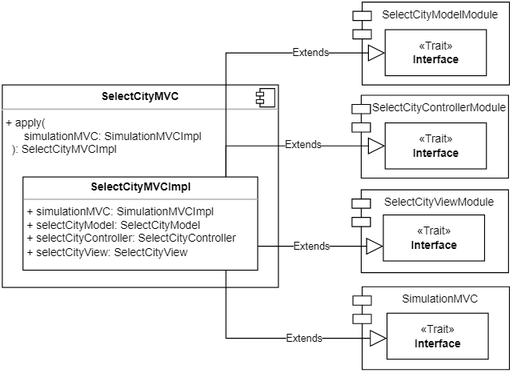
The draw.io diagram docs/img/select_city_MVC.png in AnnaVitali/PPS-22-smartgh, before a commit. Source tidied: cells renumbered, new cells last; positions are measured from the earlier drawing's top-left corner, leaving out a move shared by most shapes.
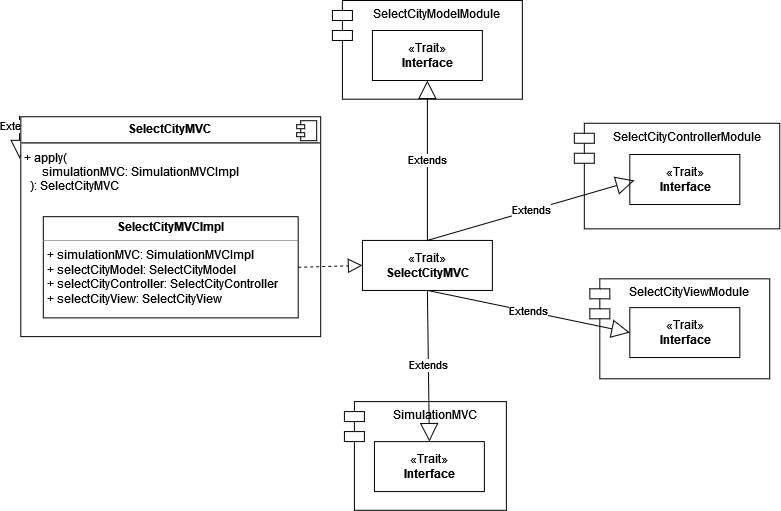
Later version of the same file.

The edit, as a diff of the source:
```diff
@@ -2,79 +2,68 @@
   <root>
     <mxCell id="0" />
     <mxCell id="1" parent="0" />
-    <mxCell id="2" style="group;" parent="1" vertex="1">
-      <mxGeometry x="381" y="309" width="170" height="90" as="geometry" />
+    <mxCell id="2" value="Extends" style="endArrow=block;endSize=16;endFill=0;html=1;rounded=0;exitX=0.5;exitY=1;exitDx=0;exitDy=0;" parent="1" edge="1">
+      <mxGeometry x="-0.53" relative="1" as="geometry">
+        <mxPoint x="960" y="1470.5" as="sourcePoint" />
+        <mxPoint x="960" y="1513" as="targetPoint" />
+      </mxGeometry>
     </mxCell>
-    <mxCell id="3" value="SimulationMVC" style="shape=module;align=left;spacingLeft=20;align=center;verticalAlign=top;fillColor=none;" parent="2" vertex="1">
-      <mxGeometry width="170" height="90" as="geometry" />
+    <mxCell id="3" value="&lt;p style=&quot;margin:0px;margin-top:6px;text-align:center;&quot;&gt;&lt;b&gt;SelectCityMVC&lt;/b&gt;&lt;br&gt;&lt;/p&gt;&lt;hr&gt;&lt;p style=&quot;margin: 0px 0px 0px 4px;&quot;&gt;+ apply(&lt;/p&gt;&lt;p style=&quot;margin: 0px 0px 0px 4px;&quot;&gt;&lt;span style=&quot;background-color: initial;&quot;&gt;&amp;nbsp; &amp;nbsp; &amp;nbsp; simulationMVC: SimulationMVCImpl&lt;/span&gt;&lt;/p&gt;&lt;p style=&quot;margin: 0px 0px 0px 4px;&quot;&gt;&lt;span style=&quot;background-color: initial;&quot;&gt;&amp;nbsp; ): SelectCityMVC&lt;/span&gt;&lt;/p&gt;" style="align=left;overflow=fill;html=1;" parent="1" vertex="1">
+      <mxGeometry x="961.2" y="1471.2" width="300" height="220" as="geometry" />
     </mxCell>
-    <mxCell id="4" value="«Trait»&lt;br&gt;&lt;b&gt;Interface&lt;/b&gt;" style="html=1;fillColor=default;" parent="2" vertex="1">
-      <mxGeometry x="37" y="28.8" width="110" height="50" as="geometry" />
+    <mxCell id="4" style="shape=component;jettyWidth=8;jettyHeight=4;" parent="3" vertex="1">
+      <mxGeometry x="1" width="20" height="20" relative="1" as="geometry">
+        <mxPoint x="-24" y="4" as="offset" />
+      </mxGeometry>
     </mxCell>
-    <mxCell id="5" value="SelectCityViewModule" style="shape=module;align=left;spacingLeft=20;align=center;verticalAlign=top;fillColor=none;" parent="1" vertex="1">
-      <mxGeometry x="380" y="203.8" width="170" height="90" as="geometry" />
+    <mxCell id="5" value="&lt;p style=&quot;margin:0px;margin-top:4px;text-align:center;&quot;&gt;&lt;b&gt;SelectCityMVCImpl&lt;/b&gt;&lt;br&gt;&lt;/p&gt;&lt;hr size=&quot;1&quot;&gt;&lt;p style=&quot;margin:0px;margin-left:4px;&quot;&gt;+ simulationMVC: SimulationMVCImpl&lt;/p&gt;&lt;p style=&quot;margin:0px;margin-left:4px;&quot;&gt;+ selectCityModel: SelectCityModel&lt;/p&gt;&lt;p style=&quot;margin:0px;margin-left:4px;&quot;&gt;+ selectCityController: SelectCityController&lt;/p&gt;&lt;p style=&quot;margin:0px;margin-left:4px;&quot;&gt;+ selectCityView: SelectCityView&lt;/p&gt;" style="verticalAlign=top;align=left;overflow=fill;fontSize=12;fontFamily=Helvetica;html=1;fillColor=default;" parent="1" vertex="1">
+      <mxGeometry x="983.8" y="1571.2" width="255" height="101.2" as="geometry" />
     </mxCell>
-    <mxCell id="6" value="«Trait»&lt;br&gt;&lt;b&gt;Interface&lt;/b&gt;" style="html=1;fillColor=default;" parent="1" vertex="1">
-      <mxGeometry x="414" y="231" width="110" height="50" as="geometry" />
+    <mxCell id="6" value="SelectCityControllerModule" style="shape=module;align=left;spacingLeft=20;align=center;verticalAlign=top;fillColor=none;" parent="1" vertex="1">
+      <mxGeometry x="1515" y="1477.8" width="205.5" height="105.6" as="geometry" />
     </mxCell>
-    <mxCell id="7" style="group;" parent="1" vertex="1">
-      <mxGeometry x="381" y="-0.2" width="170" height="90" as="geometry" />
+    <mxCell id="7" value="SimulationMVC" style="shape=module;align=left;spacingLeft=20;align=center;verticalAlign=top;fillColor=none;" parent="1" vertex="1">
+      <mxGeometry x="1285" y="1756.2" width="162" height="108.8" as="geometry" />
     </mxCell>
-    <mxCell id="8" value="SelectCityModelModule" style="shape=module;align=left;spacingLeft=20;align=center;verticalAlign=top;fillColor=none;" parent="7" vertex="1">
-      <mxGeometry width="170" height="90" as="geometry" />
+    <mxCell id="8" value="SelectCityViewModule" style="shape=module;align=left;spacingLeft=20;align=center;verticalAlign=top;fillColor=none;" parent="1" vertex="1">
+      <mxGeometry x="1530.5" y="1633.4" width="180" height="100" as="geometry" />
     </mxCell>
-    <mxCell id="9" value="«Trait»&lt;br&gt;&lt;b&gt;Interface&lt;/b&gt;" style="html=1;fillColor=default;" parent="7" vertex="1">
-      <mxGeometry x="35" y="30" width="110" height="50" as="geometry" />
+    <mxCell id="9" value="SelectCityModelModule" style="shape=module;align=left;spacingLeft=20;align=center;verticalAlign=top;fillColor=none;" parent="1" vertex="1">
+      <mxGeometry x="1273" y="1355" width="190" height="98.8" as="geometry" />
     </mxCell>
-    <mxCell id="10" style="group;" parent="1" vertex="1">
-      <mxGeometry x="380" y="101" width="170" height="90" as="geometry" />
+    <mxCell id="10" value="«Trait»&lt;br&gt;&lt;b&gt;Interface&lt;/b&gt;" style="html=1;fillColor=default;" parent="1" vertex="1">
+      <mxGeometry x="1313" y="1385" width="110" height="50" as="geometry" />
     </mxCell>
-    <mxCell id="11" value="SelectCityControllerModule" style="shape=module;align=left;spacingLeft=20;align=center;verticalAlign=top;fillColor=none;" parent="10" vertex="1">
-      <mxGeometry width="170" height="90" as="geometry" />
+    <mxCell id="11" value="«Trait»&lt;br&gt;&lt;b&gt;Interface&lt;/b&gt;" style="html=1;fillColor=default;" parent="1" vertex="1">
+      <mxGeometry x="1570.5" y="1509.1" width="110" height="50" as="geometry" />
     </mxCell>
-    <mxCell id="12" value="«Trait»&lt;br&gt;&lt;b&gt;Interface&lt;/b&gt;" style="html=1;fillColor=default;" parent="10" vertex="1">
-      <mxGeometry x="36" y="30" width="110" height="50" as="geometry" />
+    <mxCell id="12" value="«Trait»&lt;br&gt;&lt;b&gt;Interface&lt;/b&gt;" style="html=1;fillColor=default;" parent="1" vertex="1">
+      <mxGeometry x="1570.5" y="1662.2" width="110" height="50" as="geometry" />
     </mxCell>
-    <mxCell id="13" value="&lt;p style=&quot;margin:0px;margin-top:6px;text-align:center;&quot;&gt;&lt;b&gt;SelectCityMVC&lt;/b&gt;&lt;br&gt;&lt;/p&gt;&lt;hr&gt;&lt;p style=&quot;margin: 0px 0px 0px 4px;&quot;&gt;+ apply(&lt;/p&gt;&lt;p style=&quot;margin: 0px 0px 0px 4px;&quot;&gt;&lt;span style=&quot;background-color: initial;&quot;&gt;&amp;nbsp; &amp;nbsp; &amp;nbsp; simulationMVC: SimulationMVCImpl&lt;/span&gt;&lt;/p&gt;&lt;p style=&quot;margin: 0px 0px 0px 4px;&quot;&gt;&lt;span style=&quot;background-color: initial;&quot;&gt;&amp;nbsp; ): SelectCityMVCImpl&lt;/span&gt;&lt;/p&gt;" style="align=left;overflow=fill;html=1;" parent="1" vertex="1">
-      <mxGeometry y="89.8" width="300" height="220" as="geometry" />
+    <mxCell id="13" value="«Trait»&lt;br&gt;&lt;b&gt;Interface&lt;/b&gt;" style="html=1;fillColor=default;" parent="1" vertex="1">
+      <mxGeometry x="1315" y="1796.2" width="110" height="50" as="geometry" />
     </mxCell>
-    <mxCell id="14" style="shape=component;jettyWidth=8;jettyHeight=4;" parent="13" vertex="1">
-      <mxGeometry x="1" width="20" height="20" relative="1" as="geometry">
-        <mxPoint x="-24" y="4" as="offset" />
-      </mxGeometry>
+    <mxCell id="14" value="«Trait»&lt;br&gt;&lt;b&gt;SelectCityMVC&lt;/b&gt;" style="html=1;" parent="1" vertex="1">
+      <mxGeometry x="1303" y="1595" width="130" height="50" as="geometry" />
     </mxCell>
-    <mxCell id="15" value="&lt;p style=&quot;margin:0px;margin-top:4px;text-align:center;&quot;&gt;&lt;b&gt;SelectCityMVCImpl&lt;/b&gt;&lt;br&gt;&lt;/p&gt;&lt;hr size=&quot;1&quot;&gt;&lt;p style=&quot;margin:0px;margin-left:4px;&quot;&gt;+ simulationMVC: SimulationMVCImpl&lt;/p&gt;&lt;p style=&quot;margin:0px;margin-left:4px;&quot;&gt;+ selectCityModel: SelectCityModel&lt;/p&gt;&lt;p style=&quot;margin:0px;margin-left:4px;&quot;&gt;+ selectCityController: SelectCityController&lt;/p&gt;&lt;p style=&quot;margin:0px;margin-left:4px;&quot;&gt;+ selectCityView: SelectCityView&lt;/p&gt;" style="verticalAlign=top;align=left;overflow=fill;fontSize=12;fontFamily=Helvetica;html=1;fillColor=default;" parent="1" vertex="1">
-      <mxGeometry x="22.5" y="189.8" width="255" height="101.2" as="geometry" />
+    <mxCell id="15" value="Extends" style="endArrow=block;endSize=16;endFill=0;html=1;rounded=0;entryX=0;entryY=0.5;entryDx=0;entryDy=0;exitX=0.5;exitY=1;exitDx=0;exitDy=0;" parent="1" edge="1" source="14" target="12">
+      <mxGeometry relative="1" as="geometry" />
     </mxCell>
-    <mxCell id="16" value="Extends" style="endArrow=block;endSize=16;endFill=0;html=1;rounded=0;elbow=vertical;edgeStyle=orthogonalEdgeStyle;" parent="1" edge="1" source="15" target="9">
-      <mxGeometry x="0.47" relative="1" as="geometry">
-        <Array as="points">
-          <mxPoint x="243" y="55" />
-        </Array>
-      </mxGeometry>
+    <mxCell id="16" value="Extends" style="endArrow=block;endSize=16;endFill=0;html=1;rounded=0;entryX=0.5;entryY=0;entryDx=0;entryDy=0;exitX=0.5;exitY=1;exitDx=0;exitDy=0;" parent="1" edge="1" source="14" target="13">
+      <mxGeometry relative="1" as="geometry" />
     </mxCell>
-    <mxCell id="17" value="Extends" style="endArrow=block;endSize=16;endFill=0;html=1;rounded=0;elbow=vertical;edgeStyle=orthogonalEdgeStyle;" parent="1" edge="1" source="15" target="12">
-      <mxGeometry x="0.14" y="1" relative="1" as="geometry">
-        <Array as="points">
-          <mxPoint x="243" y="156" />
-        </Array>
+    <mxCell id="17" value="Extends" style="endArrow=block;endSize=16;endFill=0;html=1;rounded=0;exitX=0.5;exitY=0;exitDx=0;exitDy=0;" parent="1" edge="1" source="14">
+      <mxGeometry relative="1" as="geometry">
+        <mxPoint x="1575" y="1535" as="targetPoint" />
       </mxGeometry>
     </mxCell>
-    <mxCell id="18" value="Extends" style="endArrow=block;endSize=16;endFill=0;html=1;rounded=0;elbow=vertical;edgeStyle=orthogonalEdgeStyle;" parent="1" edge="1" source="15" target="6">
-      <mxGeometry x="-0.14" relative="1" as="geometry">
-        <Array as="points">
-          <mxPoint x="353" y="265" />
-          <mxPoint x="353" y="265" />
-        </Array>
+    <mxCell id="18" value="Extends" style="endArrow=block;endSize=16;endFill=0;html=1;rounded=0;entryX=0.5;entryY=1;entryDx=0;entryDy=0;" parent="1" edge="1" target="10">
+      <mxGeometry relative="1" as="geometry">
+        <mxPoint x="1368" y="1595" as="sourcePoint" />
       </mxGeometry>
     </mxCell>
-    <mxCell id="19" value="Extends" style="endArrow=block;endSize=16;endFill=0;html=1;rounded=0;elbow=vertical;edgeStyle=orthogonalEdgeStyle;" parent="1" edge="1" source="15" target="4">
-      <mxGeometry x="0.28" relative="1" as="geometry">
-        <Array as="points">
-          <mxPoint x="243" y="365" />
-        </Array>
-        <mxPoint x="-1" as="offset" />
-      </mxGeometry>
+    <mxCell id="19" style="endArrow=block;dashed=1;endFill=0;endSize=12;html=1;rounded=0;exitX=1;exitY=0.5;exitDx=0;exitDy=0;entryX=0;entryY=0.5;entryDx=0;entryDy=0;" parent="1" edge="1" source="5" target="14">
+      <mxGeometry relative="1" as="geometry" />
     </mxCell>
   </root>
 </mxGraphModel>
```
